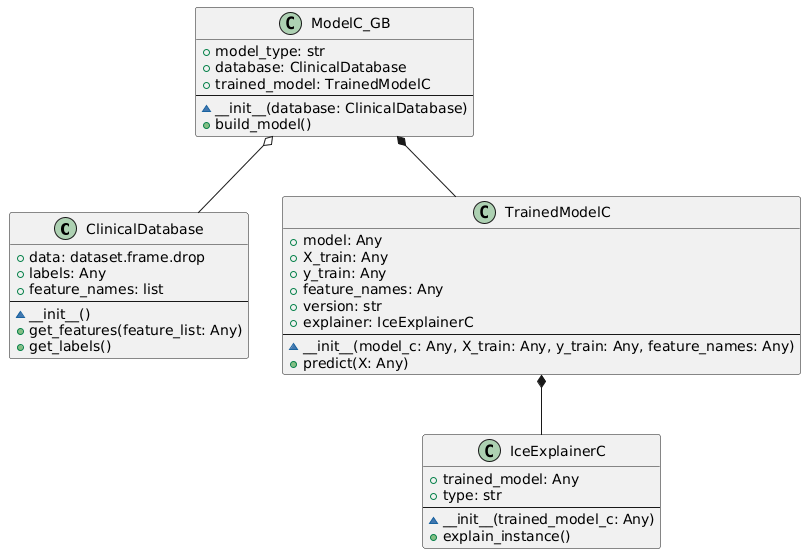
Above: Other examples/GB + Ice/clinical_ice_UMLOOModeler_diagram.png in miklotovx/UMLOOModeler (PlantUML), before the change. Its diagram source:
```plantuml
@startuml

class "ClinicalDatabase" {
  + data: dataset.frame.drop
  + labels: Any
  + feature_names: list
  --
  ~ __init__()
  + get_features(feature_list: Any)
  + get_labels()
}

class "ModelC_GB" {
  + model_type: str
  + database: ClinicalDatabase
  + trained_model: TrainedModelC
  --
  ~ __init__(database: ClinicalDatabase)
  + build_model()
}

class "TrainedModelC" {
  + model: Any
  + X_train: Any
  + y_train: Any
  + feature_names: Any
  + version: str
  + explainer: IceExplainerC
  --
  ~ __init__(model_c: Any, X_train: Any, y_train: Any, feature_names: Any)
  + predict(X: Any)
}

class "IceExplainerC" {
  + trained_model: Any
  + type: str
  --
  ~ __init__(trained_model_c: Any)
  + explain_instance()
}

ModelC_GB *-- TrainedModelC
TrainedModelC *-- IceExplainerC
ModelC_GB o-- ClinicalDatabase
@enduml
```
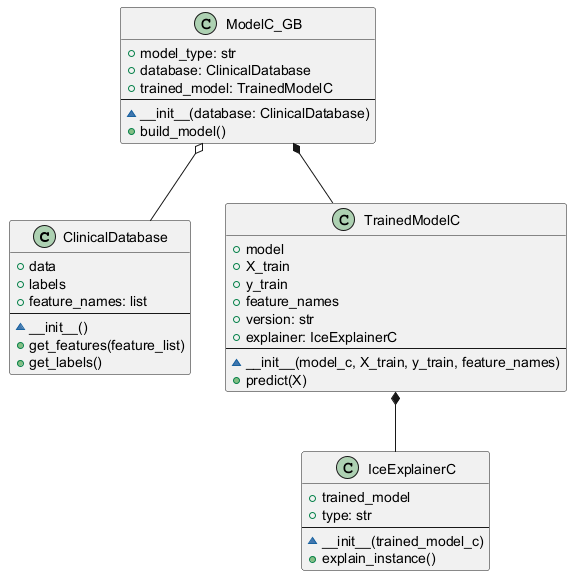
After the change.

Diff of the diagram source:
```diff
@@ -1,12 +1,12 @@
 @startuml
 
 class "ClinicalDatabase" {
-  + data: dataset.frame.drop
-  + labels: Any
+  + data
+  + labels
   + feature_names: list
   --
   ~ __init__()
-  + get_features(feature_list: Any)
+  + get_features(feature_list)
   + get_labels()
 }
 
@@ -20,22 +20,22 @@
 }
 
 class "TrainedModelC" {
-  + model: Any
-  + X_train: Any
-  + y_train: Any
-  + feature_names: Any
+  + model
+  + X_train
+  + y_train
+  + feature_names
   + version: str
   + explainer: IceExplainerC
   --
-  ~ __init__(model_c: Any, X_train: Any, y_train: Any, feature_names: Any)
-  + predict(X: Any)
+  ~ __init__(model_c, X_train, y_train, feature_names)
+  + predict(X)
 }
 
 class "IceExplainerC" {
-  + trained_model: Any
+  + trained_model
   + type: str
   --
-  ~ __init__(trained_model_c: Any)
+  ~ __init__(trained_model_c)
   + explain_instance()
 }
 
```
